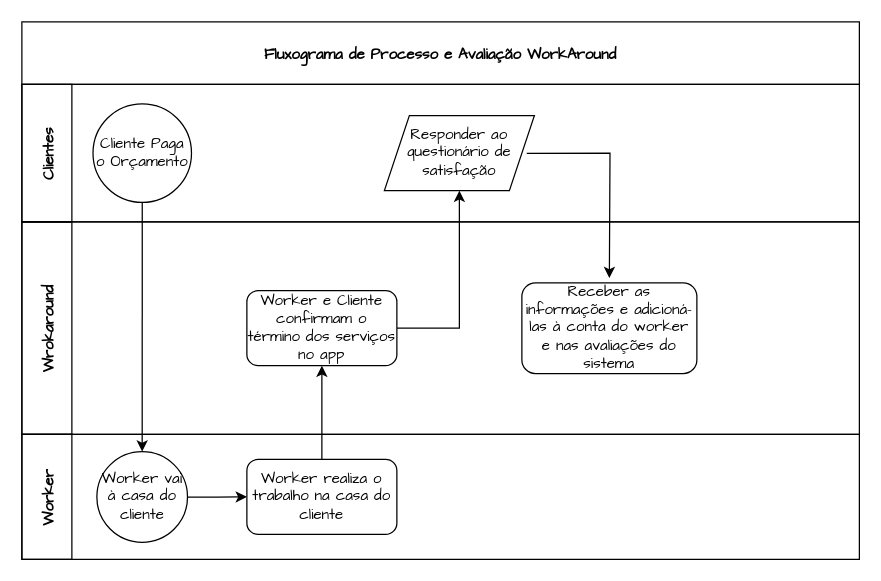
Before: flowchart/Untitled Diagram.drawio in vichelly/WorkAround_B2C, a draw.io diagram. Source tidied: cells renumbered, new cells numbered last; positions are measured from the earlier drawing's top-left corner, leaving out a move shared by most shapes. Both pictures are drawn from the tidied source at 125%, with x=0, y=0 at pixel (21, 21).
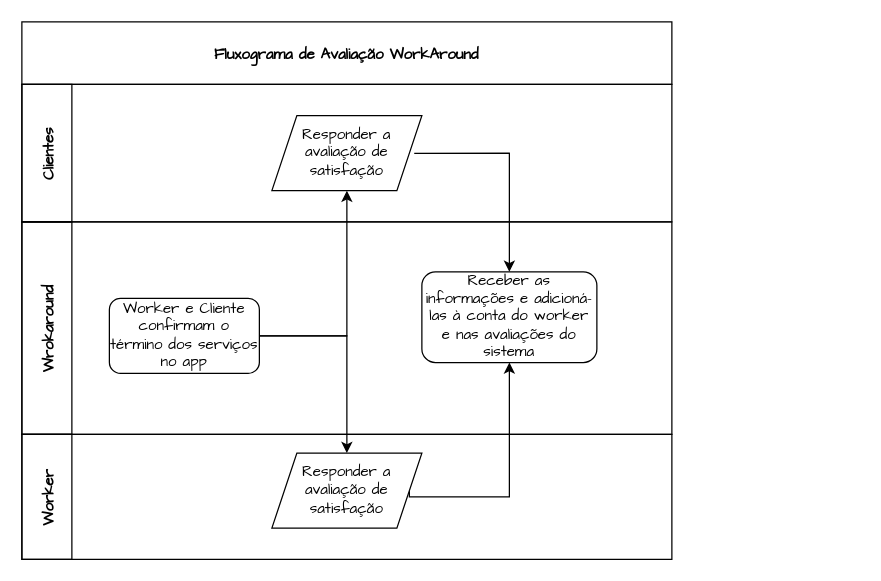
Above is the later version.

What changed in the source:
```diff
@@
     <mxCell id="2" style="rounded=0;whiteSpace=wrap;html=1;fillColor=none;fontFamily=Comic Sans MS;" parent="1" vertex="1">
-      <mxGeometry y="330" width="670" height="100" as="geometry" />
+      <mxGeometry y="330" width="520" height="100" as="geometry" />
     </mxCell>
@@
     <mxCell id="4" style="rounded=0;whiteSpace=wrap;html=1;fillColor=none;fontFamily=Comic Sans MS;" parent="1" vertex="1">
-      <mxGeometry y="160" width="670" height="170" as="geometry" />
+      <mxGeometry y="160" width="520" height="170" as="geometry" />
     </mxCell>
@@
     <mxCell id="6" style="rounded=0;whiteSpace=wrap;html=1;fillColor=none;fontFamily=Comic Sans MS;" parent="1" vertex="1">
-      <mxGeometry y="50" width="670" height="110" as="geometry" />
+      <mxGeometry y="50" width="520" height="110" as="geometry" />
     </mxCell>
@@
-    <mxCell id="8" value="Fluxograma de Processo e Avaliação WorkAround" style="rounded=0;fillColor=none;fontStyle=1;fontFamily=Comic Sans MS;" parent="1" vertex="1">
-      <mxGeometry width="670" height="50" as="geometry" />
+    <mxCell id="8" value="Fluxograma de Avaliação WorkAround" style="rounded=0;fillColor=none;fontStyle=1;fontFamily=Comic Sans MS;" parent="1" vertex="1">
+      <mxGeometry width="520" height="50" as="geometry" />
     </mxCell>
-    <mxCell id="9" style="edgeStyle=orthogonalEdgeStyle;rounded=0;jettySize=auto;html=1;entryX=0;entryY=0.5;entryDx=0;entryDy=0;" parent="1" edge="1" source="10" target="17">
-      <mxGeometry relative="1" as="geometry" />
-    </mxCell>
-    <mxCell id="10" value="Worker vai à casa do cliente" style="ellipse;whiteSpace=wrap;html=1;fontFamily=Comic Sans MS;" parent="1" vertex="1">
-      <mxGeometry x="60" y="343.8" width="72.5" height="72.5" as="geometry" />
-    </mxCell>
-    <mxCell id="11" style="edgeStyle=orthogonalEdgeStyle;rounded=0;jettySize=auto;html=1;entryX=0.5;entryY=0;entryDx=0;entryDy=0;" parent="1" edge="1" source="12" target="10">
-      <mxGeometry relative="1" as="geometry" />
-    </mxCell>
-    <mxCell id="12" value="Cliente Paga o Orçamento" style="ellipse;whiteSpace=wrap;html=1;fontFamily=Comic Sans MS;" parent="1" vertex="1">
-      <mxGeometry x="56.9" y="65.6" width="78.8" height="78.8" as="geometry" />
-    </mxCell>
     <mxCell id="13" value="Receber as informações e adicioná-las à conta do worker e nas avaliações do sistema" style="rounded=1;whiteSpace=wrap;html=1;fontFamily=Comic Sans MS;" parent="1" vertex="1">
-      <mxGeometry x="400" y="208.8" width="140" height="72.5" as="geometry" />
+      <mxGeometry x="320" y="200" width="140" height="72.5" as="geometry" />
     </mxCell>
-    <mxCell id="14" style="edgeStyle=orthogonalEdgeStyle;rounded=0;jettySize=auto;html=1;exitX=0.949;exitY=0.502;exitDx=0;exitDy=0;exitPerimeter=0;" parent="1" edge="1" source="15">
+    <mxCell id="14" style="edgeStyle=orthogonalEdgeStyle;rounded=0;jettySize=auto;html=1;exitX=0.949;exitY=0.502;exitDx=0;exitDy=0;exitPerimeter=0;entryX=0.5;entryY=0;entryDx=0;entryDy=0;" parent="1" edge="1" source="15" target="13">
       <mxGeometry relative="1" as="geometry">
-        <mxPoint x="470" y="205" as="targetPoint" />
+        <Array as="points">
+          <mxPoint x="390" y="105" />
+        </Array>
       </mxGeometry>
     </mxCell>
-    <mxCell id="15" value="Responder ao questionário de satisfação" style="shape=parallelogram;perimeter=parallelogramPerimeter;whiteSpace=wrap;html=1;fixedSize=1;fontFamily=Comic Sans MS;" parent="1" vertex="1">
-      <mxGeometry x="290" y="75" width="120" height="60" as="geometry" />
+    <mxCell id="15" value="Responder a avaliação de satisfação" style="shape=parallelogram;perimeter=parallelogramPerimeter;whiteSpace=wrap;html=1;fixedSize=1;fontFamily=Comic Sans MS;" parent="1" vertex="1">
+      <mxGeometry x="200" y="75" width="120" height="60" as="geometry" />
     </mxCell>
-    <mxCell id="16" style="edgeStyle=orthogonalEdgeStyle;rounded=0;jettySize=auto;html=1;entryX=0.5;entryY=1;entryDx=0;entryDy=0;" parent="1" edge="1" source="17" target="19">
-      <mxGeometry relative="1" as="geometry" />
-    </mxCell>
-    <mxCell id="17" value="Worker realiza o trabalho na casa do cliente" style="rounded=1;whiteSpace=wrap;html=1;fontFamily=Comic Sans MS;" parent="1" vertex="1">
-      <mxGeometry x="180" y="350" width="120" height="60" as="geometry" />
-    </mxCell>
@@
+    <mxCell id="20" style="edgeStyle=orthogonalEdgeStyle;rounded=0;jettySize=auto;html=1;entryX=0.5;entryY=0;entryDx=0;entryDy=0;" parent="1" edge="1" source="19" target="22">
+      <mxGeometry relative="1" as="geometry" />
+    </mxCell>
     <mxCell id="19" value="Worker e Cliente confirmam o término dos serviços no app" style="rounded=1;whiteSpace=wrap;html=1;fontFamily=Comic Sans MS;" parent="1" vertex="1">
-      <mxGeometry x="180" y="215" width="120" height="60" as="geometry" />
+      <mxGeometry x="70" y="221.2" width="120" height="60" as="geometry" />
     </mxCell>
+    <mxCell id="21" style="edgeStyle=orthogonalEdgeStyle;rounded=0;jettySize=auto;html=1;entryX=0.5;entryY=1;entryDx=0;entryDy=0;exitX=1;exitY=0.5;exitDx=0;exitDy=0;" parent="1" edge="1" source="22" target="13">
+      <mxGeometry relative="1" as="geometry">
+        <Array as="points">
+          <mxPoint x="310" y="380" />
+          <mxPoint x="390" y="380" />
+        </Array>
+      </mxGeometry>
+    </mxCell>
+    <mxCell id="22" value="Responder a avaliação de satisfação" style="shape=parallelogram;perimeter=parallelogramPerimeter;whiteSpace=wrap;html=1;fixedSize=1;fontFamily=Comic Sans MS;" parent="1" vertex="1">
+      <mxGeometry x="200" y="345" width="120" height="60" as="geometry" />
+    </mxCell>
```
